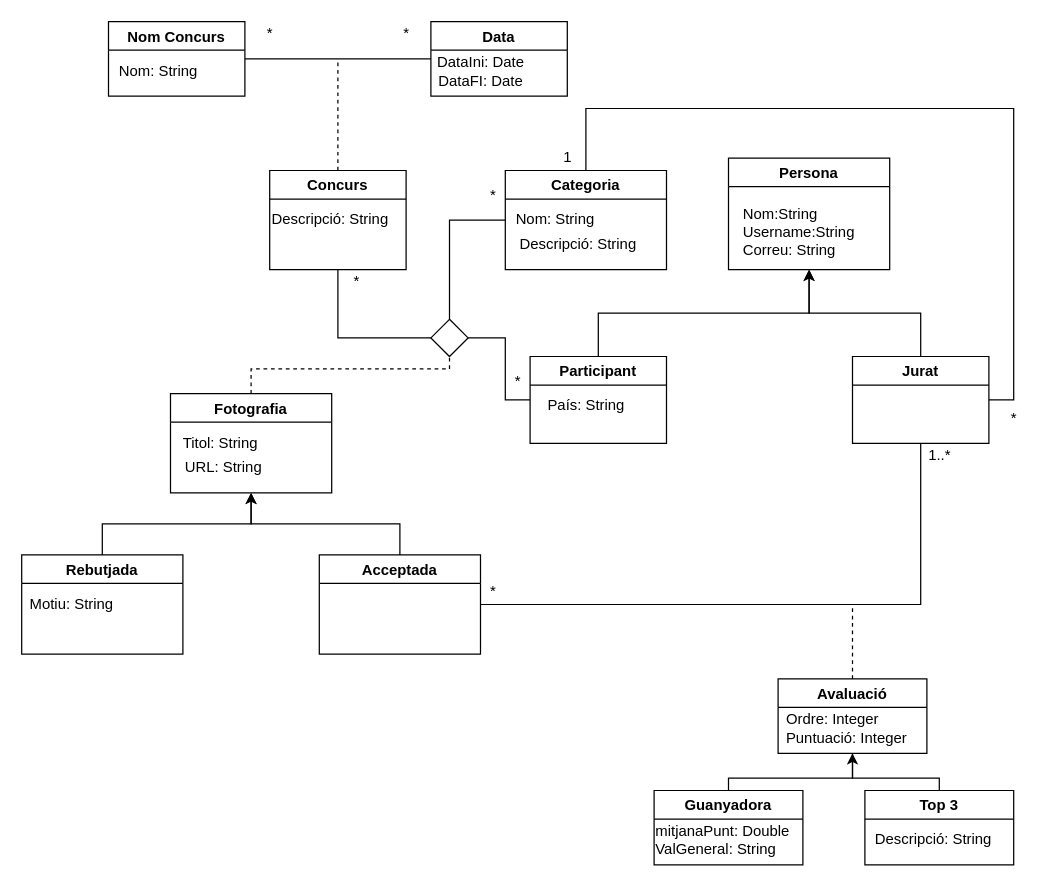
Above: Laboratori/Control1/Problema 2.drawio in peretarrida13/IES (draw.io), before the change. Source tidied: cells renumbered, new cells numbered last; positions are measured from the earlier drawing's top-left corner, leaving out a move shared by most shapes. Both pictures are drawn from the tidied source at 124%, with x=0, y=0 at pixel (21, 21).
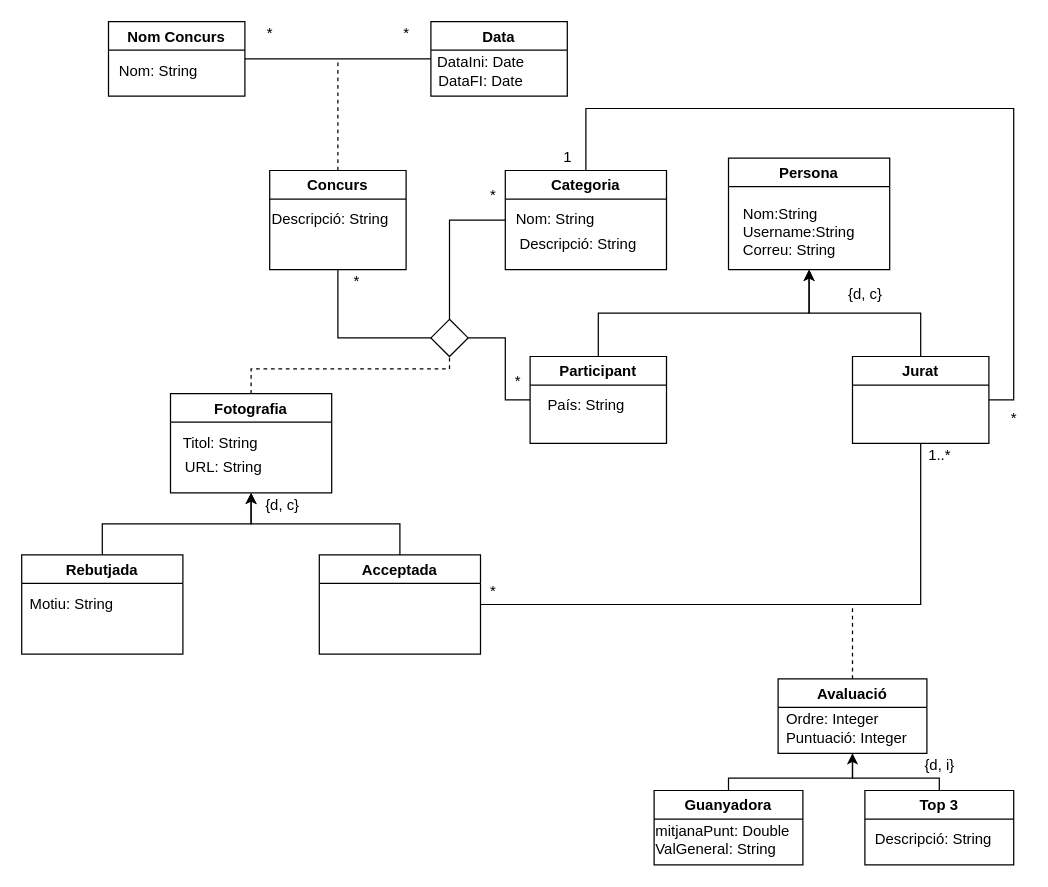
The same diagram, later.

Change to the diagram source:
```diff
@@
+    <mxCell id="53" value="{d, c}" style="text;html=1;align=center;verticalAlign=middle;strokeColor=none;fillColor=none;" parent="1" vertex="1">
+      <mxGeometry x="190" y="380" width="40" height="20" as="geometry" />
+    </mxCell>
+    <mxCell id="54" value="{d, i}" style="text;html=1;align=center;verticalAlign=middle;strokeColor=none;fillColor=none;" parent="1" vertex="1">
+      <mxGeometry x="720" y="590" width="40" height="20" as="geometry" />
+    </mxCell>
+    <mxCell id="55" value="{d, c}" style="text;html=1;align=center;verticalAlign=middle;strokeColor=none;fillColor=none;" parent="1" vertex="1">
+      <mxGeometry x="660" y="210" width="40" height="20" as="geometry" />
+    </mxCell>
```
